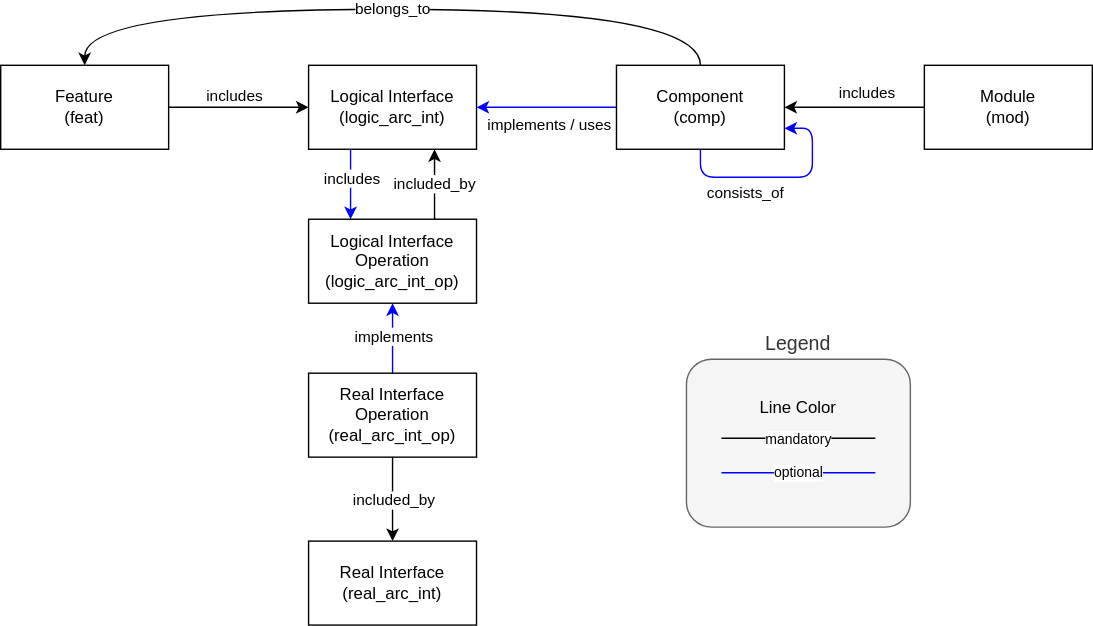
The draw.io diagram main/_images/metamodel_architectural_design.drawio.svg in MaximilianSoerenPollak/process_description, before a commit. Source tidied: cells renumbered, new cells last; positions are measured from the earlier drawing's top-left corner, leaving out a move shared by most shapes. Source of this version:
```xml
<mxGraphModel>
  <root>
    <mxCell id="0" />
    <mxCell id="1" parent="0" />
    <mxCell id="2" style="edgeStyle=orthogonalEdgeStyle;rounded=0;jettySize=auto;html=1;" parent="1" edge="1" source="5" target="8">
      <mxGeometry relative="1" as="geometry" />
    </mxCell>
    <mxCell id="3" value="includes" style="edgeLabel;html=1;align=center;verticalAlign=bottom;labelBackgroundColor=default;" parent="2" vertex="1">
      <mxGeometry x="0.3" y="-1" relative="1" as="geometry">
        <mxPoint x="-19" y="-1" as="offset" />
      </mxGeometry>
    </mxCell>
    <mxCell id="4" value="belongs_to" style="edgeStyle=orthogonalEdgeStyle;html=1;exitX=0.5;exitY=0;exitDx=0;exitDy=0;entryX=0.5;entryY=0;entryDx=0;entryDy=0;curved=1;endArrow=none;endFill=0;startArrow=classic;startFill=1;" parent="1" edge="1" source="5" target="21">
      <mxGeometry relative="1" as="geometry">
        <Array as="points">
          <mxPoint x="60" />
          <mxPoint x="500" />
        </Array>
      </mxGeometry>
    </mxCell>
    <mxCell id="5" value="Feature&lt;br&gt;(feat)" style="rounded=0;whiteSpace=wrap;html=1;" parent="1" vertex="1">
      <mxGeometry y="40" width="120" height="60" as="geometry" />
    </mxCell>
    <mxCell id="6" style="edgeStyle=orthogonalEdgeStyle;rounded=0;jettySize=auto;html=1;startArrow=none;startFill=0;endArrow=classic;endFill=1;entryX=0.25;entryY=0;entryDx=0;entryDy=0;exitX=0.25;exitY=1;exitDx=0;exitDy=0;strokeColor=#0000FF;" parent="1" edge="1" source="8" target="10">
      <mxGeometry relative="1" as="geometry" />
    </mxCell>
    <mxCell id="7" value="includes" style="edgeLabel;html=1;align=center;verticalAlign=middle;labelBackgroundColor=default;" parent="6" vertex="1">
      <mxGeometry x="-0.03" y="5" relative="1" as="geometry">
        <mxPoint x="-5" y="-4" as="offset" />
      </mxGeometry>
    </mxCell>
    <mxCell id="8" value="Logical Interface&lt;div&gt;(logic_arc_int)&lt;/div&gt;" style="rounded=0;whiteSpace=wrap;html=1;" parent="1" vertex="1">
      <mxGeometry x="220" y="40" width="120" height="60" as="geometry" />
    </mxCell>
    <mxCell id="9" value="included_by" style="edgeStyle=none;html=1;exitX=0.75;exitY=0;exitDx=0;exitDy=0;entryX=0.75;entryY=1;entryDx=0;entryDy=0;" parent="1" edge="1" source="10" target="8">
      <mxGeometry relative="1" as="geometry" />
    </mxCell>
    <mxCell id="10" value="Logical Interface&lt;br&gt;Operation&lt;br&gt;(logic_arc_int_op)" style="rounded=0;whiteSpace=wrap;html=1;" parent="1" vertex="1">
      <mxGeometry x="220" y="150" width="120" height="60" as="geometry" />
    </mxCell>
    <mxCell id="11" style="edgeStyle=orthogonalEdgeStyle;rounded=0;jettySize=auto;html=1;strokeColor=#0000FF;" parent="1" edge="1" source="13" target="10">
      <mxGeometry relative="1" as="geometry" />
    </mxCell>
    <mxCell id="12" value="implements" style="edgeLabel;html=1;align=center;verticalAlign=middle;" parent="11" vertex="1">
      <mxGeometry x="-0.12" y="5" relative="1" as="geometry">
        <mxPoint x="5" y="-5" as="offset" />
      </mxGeometry>
    </mxCell>
    <mxCell id="13" value="Real Interface&lt;br&gt;Operation&lt;div&gt;(real_arc_int_op)&lt;/div&gt;" style="rounded=0;whiteSpace=wrap;html=1;" parent="1" vertex="1">
      <mxGeometry x="220" y="260" width="120" height="60" as="geometry" />
    </mxCell>
    <mxCell id="14" style="edgeStyle=orthogonalEdgeStyle;rounded=0;jettySize=auto;html=1;startArrow=classic;startFill=1;endArrow=none;endFill=0;" parent="1" edge="1" source="16" target="13">
      <mxGeometry relative="1" as="geometry" />
    </mxCell>
    <mxCell id="15" value="included_by" style="edgeLabel;html=1;align=center;verticalAlign=middle;" parent="14" vertex="1">
      <mxGeometry x="0.27" y="-2" relative="1" as="geometry">
        <mxPoint x="-2" y="8" as="offset" />
      </mxGeometry>
    </mxCell>
    <mxCell id="16" value="Real Interface&lt;div&gt;(real_arc_int)&lt;/div&gt;" style="rounded=0;whiteSpace=wrap;html=1;" parent="1" vertex="1">
      <mxGeometry x="220" y="380" width="120" height="60" as="geometry" />
    </mxCell>
    <mxCell id="17" style="edgeStyle=orthogonalEdgeStyle;rounded=0;jettySize=auto;html=1;entryX=1;entryY=0.5;entryDx=0;entryDy=0;strokeColor=#0000FF;" parent="1" edge="1" source="21" target="8">
      <mxGeometry relative="1" as="geometry" />
    </mxCell>
    <mxCell id="18" value="implements / uses" style="edgeLabel;html=1;align=center;verticalAlign=top;labelBackgroundColor=none;" parent="17" vertex="1">
      <mxGeometry x="0.08" y="1" relative="1" as="geometry">
        <mxPoint x="5" y="-1" as="offset" />
      </mxGeometry>
    </mxCell>
    <mxCell id="19" style="edgeStyle=orthogonalEdgeStyle;rounded=1;orthogonalLoop=1;jettySize=auto;html=1;exitX=0.5;exitY=1;exitDx=0;exitDy=0;entryX=1;entryY=0.75;entryDx=0;entryDy=0;strokeColor=#0000FF;curved=0;" parent="1" edge="1" source="21" target="21">
      <mxGeometry relative="1" as="geometry" />
    </mxCell>
    <mxCell id="20" value="consists_of" style="edgeLabel;html=1;align=center;verticalAlign=middle;" parent="19" vertex="1">
      <mxGeometry x="-0.11" y="2" relative="1" as="geometry">
        <mxPoint x="-18" y="12" as="offset" />
      </mxGeometry>
    </mxCell>
    <mxCell id="21" value="Component&lt;div&gt;(comp)&lt;/div&gt;" style="rounded=0;whiteSpace=wrap;html=1;" parent="1" vertex="1">
      <mxGeometry x="440" y="40" width="120" height="60" as="geometry" />
    </mxCell>
    <mxCell id="22" style="edgeStyle=orthogonalEdgeStyle;rounded=0;jettySize=auto;html=1;" parent="1" edge="1" source="24" target="21">
      <mxGeometry relative="1" as="geometry" />
    </mxCell>
    <mxCell id="23" value="includes" style="edgeLabel;html=1;align=center;verticalAlign=bottom;" parent="22" vertex="1">
      <mxGeometry x="-0.15" y="-1" relative="1" as="geometry">
        <mxPoint y="-1" as="offset" />
      </mxGeometry>
    </mxCell>
    <mxCell id="24" value="Module&lt;div&gt;(mod)&lt;/div&gt;" style="rounded=0;whiteSpace=wrap;html=1;" parent="1" vertex="1">
      <mxGeometry x="660" y="40" width="120" height="60" as="geometry" />
    </mxCell>
    <mxCell id="25" value="Legend" style="rounded=1;whiteSpace=wrap;html=1;verticalAlign=bottom;labelPosition=center;verticalLabelPosition=top;align=center;fontSize=14;fillColor=#f5f5f5;fontColor=#333333;strokeColor=#666666;" parent="1" vertex="1">
      <mxGeometry x="490" y="250" width="160" height="120" as="geometry" />
    </mxCell>
    <mxCell id="26" value="mandatory" style="endArrow=none;html=1;entryX=0.778;entryY=0.19;entryDx=0;entryDy=0;entryPerimeter=0;fontSize=10;" parent="1" edge="1">
      <mxGeometry relative="1" as="geometry">
        <mxPoint x="515" y="306.5" as="sourcePoint" />
        <mxPoint x="625" y="306.5" as="targetPoint" />
      </mxGeometry>
    </mxCell>
    <mxCell id="27" value="optional" style="endArrow=none;html=1;entryX=0.778;entryY=0.19;entryDx=0;entryDy=0;entryPerimeter=0;strokeColor=#0000FF;fontSize=10;" parent="1" edge="1">
      <mxGeometry relative="1" as="geometry">
        <mxPoint x="515" y="331.1" as="sourcePoint" />
        <mxPoint x="625" y="331.1" as="targetPoint" />
      </mxGeometry>
    </mxCell>
    <mxCell id="28" value="Line Color" style="text;html=1;align=center;verticalAlign=middle;whiteSpace=wrap;rounded=0;fontSize=12;" parent="1" vertex="1">
      <mxGeometry x="540" y="270" width="60" height="30" as="geometry" />
    </mxCell>
  </root>
</mxGraphModel>
```
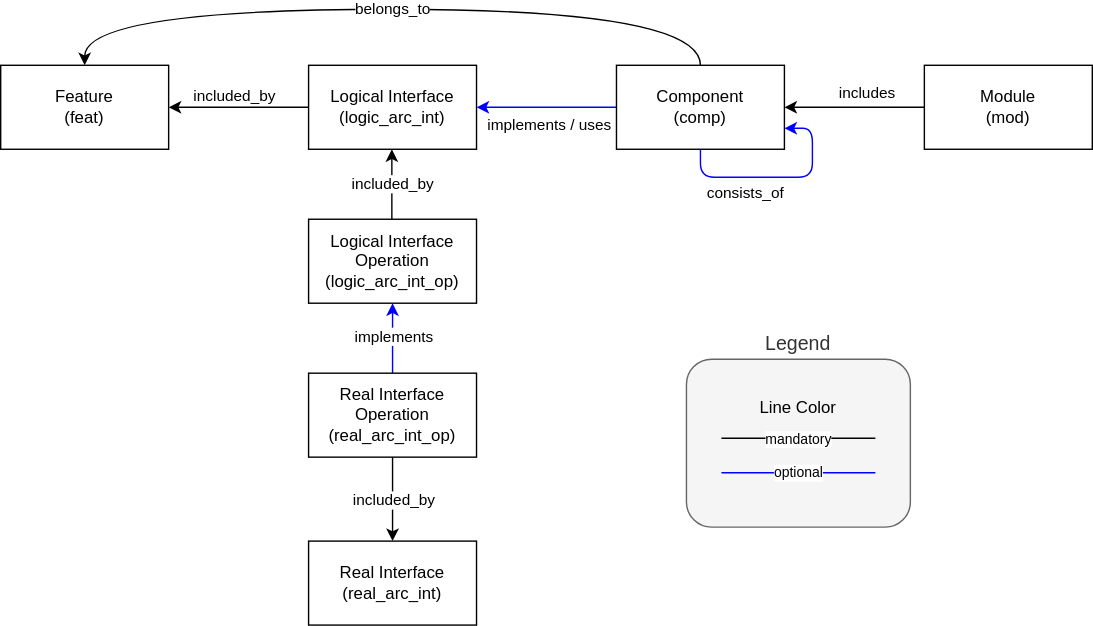
The same diagram one commit later.

What changed in the source:
```diff
@@ -2,10 +2,10 @@
   <root>
     <mxCell id="0" />
     <mxCell id="1" parent="0" />
-    <mxCell id="2" style="edgeStyle=orthogonalEdgeStyle;rounded=0;jettySize=auto;html=1;" parent="1" edge="1" source="5" target="8">
+    <mxCell id="2" style="edgeStyle=orthogonalEdgeStyle;rounded=0;jettySize=auto;html=1;endArrow=none;endFill=0;startArrow=classic;startFill=1;" parent="1" edge="1" source="5" target="8">
       <mxGeometry relative="1" as="geometry" />
     </mxCell>
-    <mxCell id="3" value="includes" style="edgeLabel;html=1;align=center;verticalAlign=bottom;labelBackgroundColor=default;" parent="2" vertex="1">
+    <mxCell id="3" value="included_by" style="edgeLabel;html=1;align=center;verticalAlign=bottom;labelBackgroundColor=default;" parent="2" vertex="1">
       <mxGeometry x="0.3" y="-1" relative="1" as="geometry">
         <mxPoint x="-19" y="-1" as="offset" />
       </mxGeometry>
@@ -21,19 +21,14 @@
     <mxCell id="5" value="Feature&lt;br&gt;(feat)" style="rounded=0;whiteSpace=wrap;html=1;" parent="1" vertex="1">
       <mxGeometry y="40" width="120" height="60" as="geometry" />
     </mxCell>
-    <mxCell id="6" style="edgeStyle=orthogonalEdgeStyle;rounded=0;jettySize=auto;html=1;startArrow=none;startFill=0;endArrow=classic;endFill=1;entryX=0.25;entryY=0;entryDx=0;entryDy=0;exitX=0.25;exitY=1;exitDx=0;exitDy=0;strokeColor=#0000FF;" parent="1" edge="1" source="8" target="10">
-      <mxGeometry relative="1" as="geometry" />
-    </mxCell>
-    <mxCell id="7" value="includes" style="edgeLabel;html=1;align=center;verticalAlign=middle;labelBackgroundColor=default;" parent="6" vertex="1">
-      <mxGeometry x="-0.03" y="5" relative="1" as="geometry">
-        <mxPoint x="-5" y="-4" as="offset" />
-      </mxGeometry>
-    </mxCell>
     <mxCell id="8" value="Logical Interface&lt;div&gt;(logic_arc_int)&lt;/div&gt;" style="rounded=0;whiteSpace=wrap;html=1;" parent="1" vertex="1">
       <mxGeometry x="220" y="40" width="120" height="60" as="geometry" />
     </mxCell>
-    <mxCell id="9" value="included_by" style="edgeStyle=none;html=1;exitX=0.75;exitY=0;exitDx=0;exitDy=0;entryX=0.75;entryY=1;entryDx=0;entryDy=0;" parent="1" edge="1" source="10" target="8">
-      <mxGeometry relative="1" as="geometry" />
+    <mxCell id="9" value="included_by" style="edgeStyle=none;html=1;exitX=0.75;exitY=0;exitDx=0;exitDy=0;entryX=0.75;entryY=1;entryDx=0;entryDy=0;" parent="1" edge="1">
+      <mxGeometry relative="1" as="geometry">
+        <mxPoint x="279.5" y="150" as="sourcePoint" />
+        <mxPoint x="279.5" y="100" as="targetPoint" />
+      </mxGeometry>
     </mxCell>
     <mxCell id="10" value="Logical Interface&lt;br&gt;Operation&lt;br&gt;(logic_arc_int_op)" style="rounded=0;whiteSpace=wrap;html=1;" parent="1" vertex="1">
       <mxGeometry x="220" y="150" width="120" height="60" as="geometry" />
```
